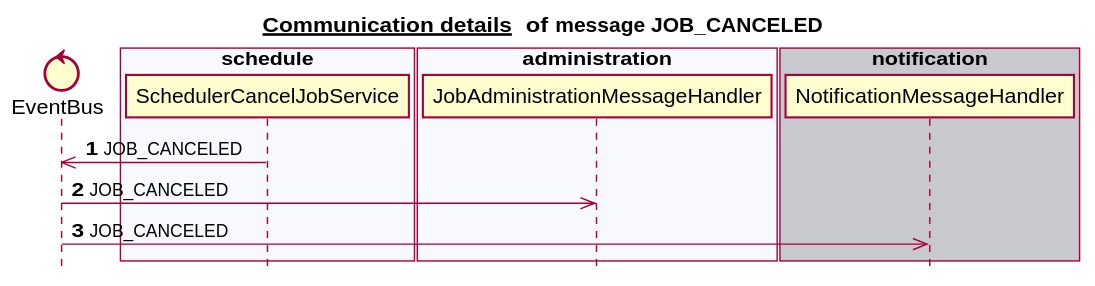
The PlantUML diagram docs/latest/images/gen_domain_messaging_job_canceled.svg in mercedes-benz/sechub, before a commit.
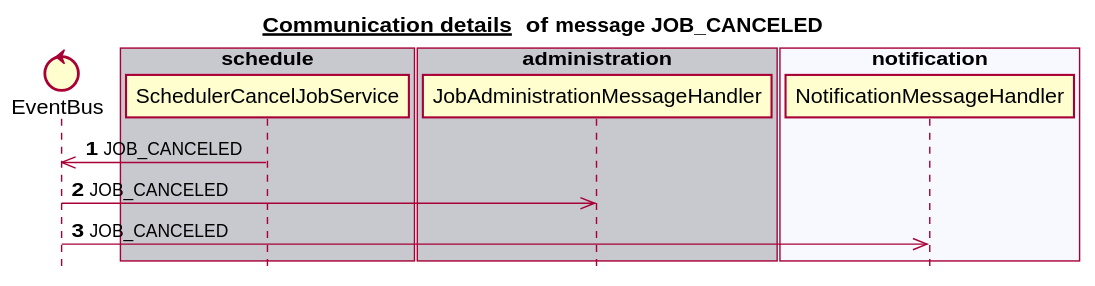
The same file after the commit.

Change to the diagram source:
```diff
@@ -6,18 +6,18 @@
 
 
 control EventBus
-box "scan" #C8C8CF
-end box
-box "schedule" #F8F8FF
+box "schedule" #C8C8CF
    participant SchedulerCancelJobService
 end box
-box "authorization" #C8C8CF
+box "scan" #F8F8FF
 end box
-box "administration" #F8F8FF
+box "administration" #C8C8CF
    participant JobAdministrationMessageHandler
 end box
-box "notification" #C8C8CF
+box "notification" #F8F8FF
    participant NotificationMessageHandler
+end box
+box "authorization" #C8C8CF
 end box
 autonumber 1
 SchedulerCancelJobService ->> EventBus:JOB_CANCELED
```
